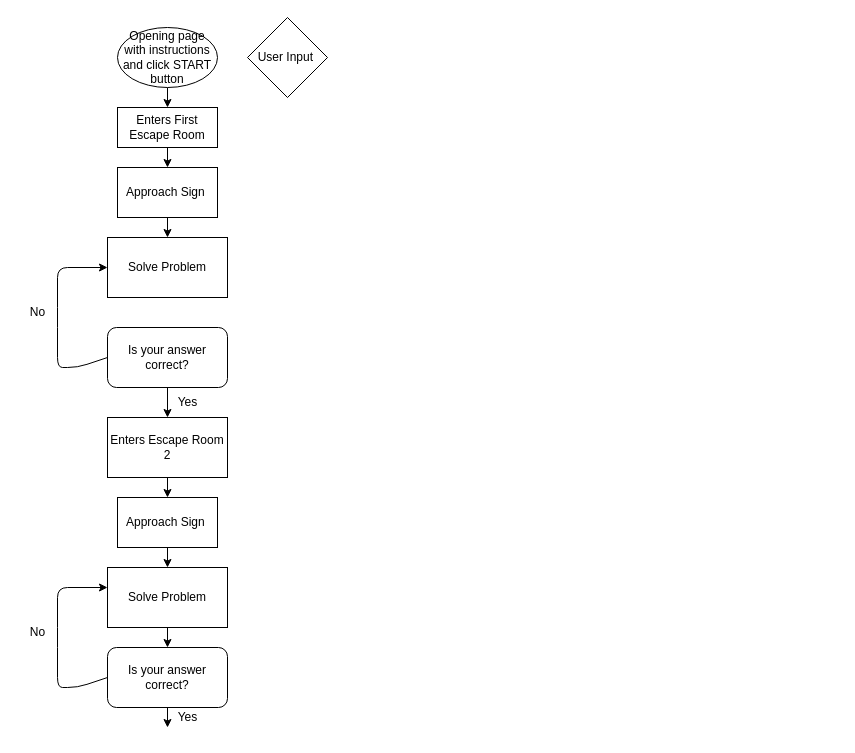
Above: escaperoom.drawio in SchoolOfCode/escape-room-hackathon-room-17 (draw.io), before the change. Source tidied: cells renumbered, new cells numbered last; positions are measured from the earlier drawing's top-left corner, leaving out a move shared by most shapes. Both pictures are drawn from the tidied source at 100%, with x=0, y=0 at pixel (17, 17).
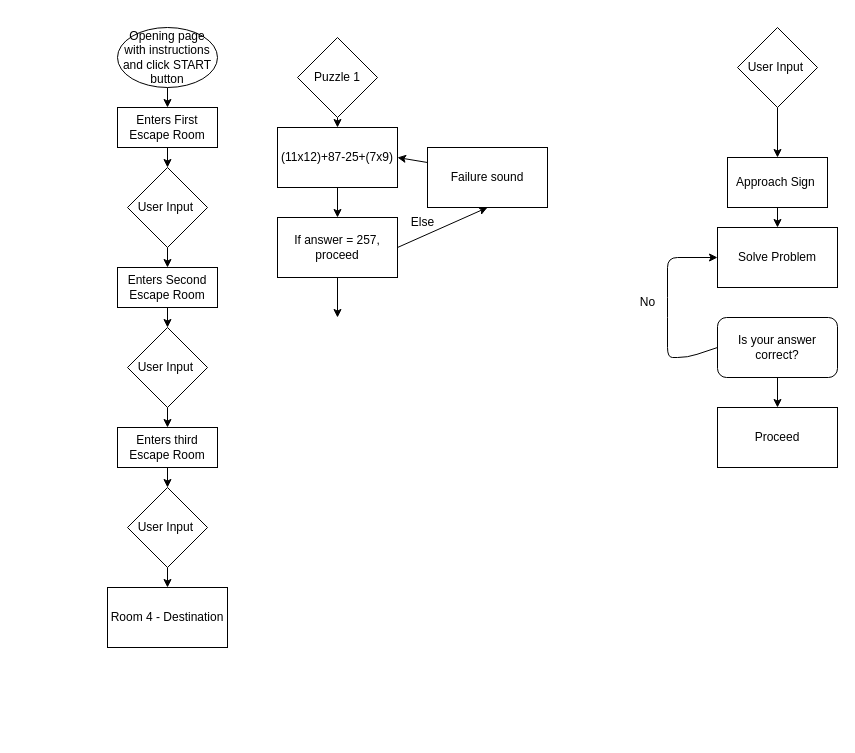
Above is the later version.

What changed in the source:
```diff
@@
-    <mxCell id="6" style="edgeStyle=none;html=1;" parent="1" edge="1" source="7">
-      <mxGeometry relative="1" as="geometry">
-        <mxPoint x="150" y="220" as="targetPoint" />
-      </mxGeometry>
-    </mxCell>
-    <mxCell id="7" value="Approach Sign&amp;nbsp;" style="rounded=0;whiteSpace=wrap;html=1;" parent="1" vertex="1">
-      <mxGeometry x="100" y="150" width="100" height="50" as="geometry" />
-    </mxCell>
-    <mxCell id="8" style="edgeStyle=none;html=1;exitX=0.5;exitY=1;exitDx=0;exitDy=0;" parent="1" edge="1" source="10">
-      <mxGeometry relative="1" as="geometry">
-        <mxPoint x="150" y="400" as="targetPoint" />
-      </mxGeometry>
-    </mxCell>
-    <mxCell id="9" style="edgeStyle=none;html=1;exitX=0;exitY=0.5;exitDx=0;exitDy=0;entryX=0;entryY=0.5;entryDx=0;entryDy=0;" parent="1" edge="1" source="10" target="11">
-      <mxGeometry relative="1" as="geometry">
-        <Array as="points">
-          <mxPoint x="60" y="350" />
-          <mxPoint x="40" y="350" />
-          <mxPoint x="40" y="300" />
-          <mxPoint x="40" y="250" />
-        </Array>
-      </mxGeometry>
-    </mxCell>
-    <mxCell id="10" value="Is your answer correct?" style="rounded=1;whiteSpace=wrap;html=1;" parent="1" vertex="1">
-      <mxGeometry x="90" y="310" width="120" height="60" as="geometry" />
-    </mxCell>
-    <mxCell id="11" value="Solve Problem" style="rounded=0;whiteSpace=wrap;html=1;" parent="1" vertex="1">
-      <mxGeometry x="90" y="220" width="120" height="60" as="geometry" />
-    </mxCell>
-    <mxCell id="12" value="Yes" style="text;html=1;align=center;verticalAlign=middle;strokeColor=none;fillColor=none;" parent="1" vertex="1">
-      <mxGeometry x="150" y="370" width="40" height="30" as="geometry" />
-    </mxCell>
-    <mxCell id="13" value="No" style="text;html=1;align=center;verticalAlign=middle;strokeColor=none;fillColor=none;" parent="1" vertex="1">
-      <mxGeometry y="280" width="40" height="30" as="geometry" />
-    </mxCell>
-    <mxCell id="14" style="edgeStyle=none;html=1;exitX=0.5;exitY=1;exitDx=0;exitDy=0;" parent="1" edge="1" source="15">
-      <mxGeometry relative="1" as="geometry">
-        <mxPoint x="150" y="480" as="targetPoint" />
-      </mxGeometry>
-    </mxCell>
-    <mxCell id="15" value="Enters Escape Room 2" style="rounded=0;whiteSpace=wrap;html=1;" parent="1" vertex="1">
-      <mxGeometry x="90" y="400" width="120" height="60" as="geometry" />
-    </mxCell>
-    <mxCell id="16" style="edgeStyle=none;html=1;exitX=0.5;exitY=1;exitDx=0;exitDy=0;" parent="1" edge="1" source="17">
-      <mxGeometry relative="1" as="geometry">
-        <mxPoint x="150" y="550" as="targetPoint" />
-      </mxGeometry>
-    </mxCell>
-    <mxCell id="17" value="Approach Sign&amp;nbsp;" style="rounded=0;whiteSpace=wrap;html=1;" parent="1" vertex="1">
-      <mxGeometry x="100" y="480" width="100" height="50" as="geometry" />
-    </mxCell>
-    <mxCell id="18" style="edgeStyle=none;html=1;exitX=0.5;exitY=1;exitDx=0;exitDy=0;entryX=0.5;entryY=0;entryDx=0;entryDy=0;" parent="1" edge="1" source="19" target="21">
-      <mxGeometry relative="1" as="geometry" />
-    </mxCell>
-    <mxCell id="19" value="Solve Problem" style="rounded=0;whiteSpace=wrap;html=1;" parent="1" vertex="1">
-      <mxGeometry x="90" y="550" width="120" height="60" as="geometry" />
-    </mxCell>
-    <mxCell id="20" style="edgeStyle=none;html=1;exitX=0.5;exitY=1;exitDx=0;exitDy=0;" parent="1" edge="1" source="21">
-      <mxGeometry relative="1" as="geometry">
-        <mxPoint x="150" y="710" as="targetPoint" />
-      </mxGeometry>
-    </mxCell>
-    <mxCell id="21" value="Is your answer correct?" style="rounded=1;whiteSpace=wrap;html=1;" parent="1" vertex="1">
-      <mxGeometry x="90" y="630" width="120" height="60" as="geometry" />
-    </mxCell>
-    <mxCell id="22" style="edgeStyle=none;html=1;exitX=0;exitY=0.5;exitDx=0;exitDy=0;entryX=0;entryY=0.5;entryDx=0;entryDy=0;" parent="1" edge="1">
-      <mxGeometry relative="1" as="geometry">
-        <mxPoint x="90" y="660" as="sourcePoint" />
-        <mxPoint x="90" y="570" as="targetPoint" />
-        <Array as="points">
-          <mxPoint x="60" y="670" />
-          <mxPoint x="40" y="670" />
-          <mxPoint x="40" y="620" />
-          <mxPoint x="40" y="570" />
-        </Array>
-      </mxGeometry>
-    </mxCell>
-    <mxCell id="23" value="Yes" style="text;html=1;align=center;verticalAlign=middle;strokeColor=none;fillColor=none;" parent="1" vertex="1">
-      <mxGeometry x="150" y="685" width="40" height="30" as="geometry" />
-    </mxCell>
-    <mxCell id="24" value="No" style="text;html=1;align=center;verticalAlign=middle;strokeColor=none;fillColor=none;" parent="1" vertex="1">
-      <mxGeometry y="600" width="40" height="30" as="geometry" />
-    </mxCell>
+    <mxCell id="26" style="edgeStyle=none;html=1;exitX=0.5;exitY=1;exitDx=0;exitDy=0;entryX=0.5;entryY=0;entryDx=0;entryDy=0;" parent="1" edge="1" source="25" target="29">
+      <mxGeometry relative="1" as="geometry" />
+    </mxCell>
     <mxCell id="25" value="User Input&amp;nbsp;" style="rhombus;whiteSpace=wrap;html=1;" parent="1" vertex="1">
-      <mxGeometry x="230" width="80" height="80" as="geometry" />
+      <mxGeometry x="720" y="10" width="80" height="80" as="geometry" />
     </mxCell>
+    <mxCell id="27" value="No" style="text;html=1;align=center;verticalAlign=middle;strokeColor=none;fillColor=none;" parent="1" vertex="1">
+      <mxGeometry x="610" y="270" width="40" height="30" as="geometry" />
+    </mxCell>
+    <mxCell id="28" style="edgeStyle=none;html=1;" parent="1" edge="1" source="29">
+      <mxGeometry relative="1" as="geometry">
+        <mxPoint x="760" y="210" as="targetPoint" />
+      </mxGeometry>
+    </mxCell>
+    <mxCell id="29" value="Approach Sign&amp;nbsp;" style="rounded=0;whiteSpace=wrap;html=1;" parent="1" vertex="1">
+      <mxGeometry x="710" y="140" width="100" height="50" as="geometry" />
+    </mxCell>
+    <mxCell id="30" style="edgeStyle=none;html=1;exitX=0;exitY=0.5;exitDx=0;exitDy=0;entryX=0;entryY=0.5;entryDx=0;entryDy=0;" parent="1" edge="1" source="32" target="33">
+      <mxGeometry relative="1" as="geometry">
+        <Array as="points">
+          <mxPoint x="670" y="340" />
+          <mxPoint x="650" y="340" />
+          <mxPoint x="650" y="290" />
+          <mxPoint x="650" y="240" />
+        </Array>
+      </mxGeometry>
+    </mxCell>
+    <mxCell id="31" style="edgeStyle=none;html=1;exitX=0.5;exitY=1;exitDx=0;exitDy=0;entryX=0.5;entryY=0;entryDx=0;entryDy=0;" parent="1" edge="1" source="32" target="44">
+      <mxGeometry relative="1" as="geometry" />
+    </mxCell>
+    <mxCell id="32" value="Is your answer correct?" style="rounded=1;whiteSpace=wrap;html=1;" parent="1" vertex="1">
+      <mxGeometry x="700" y="300" width="120" height="60" as="geometry" />
+    </mxCell>
+    <mxCell id="33" value="Solve Problem" style="rounded=0;whiteSpace=wrap;html=1;" parent="1" vertex="1">
+      <mxGeometry x="700" y="210" width="120" height="60" as="geometry" />
+    </mxCell>
+    <mxCell id="34" style="edgeStyle=none;html=1;exitX=0.5;exitY=1;exitDx=0;exitDy=0;entryX=0.5;entryY=0;entryDx=0;entryDy=0;" parent="1" edge="1" source="35" target="37">
+      <mxGeometry relative="1" as="geometry" />
+    </mxCell>
+    <mxCell id="35" value="User Input&amp;nbsp;" style="rhombus;whiteSpace=wrap;html=1;" parent="1" vertex="1">
+      <mxGeometry x="110" y="150" width="80" height="80" as="geometry" />
+    </mxCell>
+    <mxCell id="36" style="edgeStyle=none;html=1;exitX=0.5;exitY=1;exitDx=0;exitDy=0;" parent="1" edge="1" source="37">
+      <mxGeometry relative="1" as="geometry">
+        <mxPoint x="150" y="310" as="targetPoint" />
+      </mxGeometry>
+    </mxCell>
+    <mxCell id="37" value="Enters Second Escape Room" style="rounded=0;whiteSpace=wrap;html=1;" parent="1" vertex="1">
+      <mxGeometry x="100" y="250" width="100" height="40" as="geometry" />
+    </mxCell>
+    <mxCell id="38" style="edgeStyle=none;html=1;exitX=0.5;exitY=1;exitDx=0;exitDy=0;entryX=0.5;entryY=0;entryDx=0;entryDy=0;" parent="1" edge="1" source="39" target="41">
+      <mxGeometry relative="1" as="geometry" />
+    </mxCell>
+    <mxCell id="39" value="User Input&amp;nbsp;" style="rhombus;whiteSpace=wrap;html=1;" parent="1" vertex="1">
+      <mxGeometry x="110" y="310" width="80" height="80" as="geometry" />
+    </mxCell>
+    <mxCell id="40" style="edgeStyle=none;html=1;exitX=0.5;exitY=1;exitDx=0;exitDy=0;" parent="1" edge="1" source="41">
+      <mxGeometry relative="1" as="geometry">
+        <mxPoint x="150" y="470" as="targetPoint" />
+      </mxGeometry>
+    </mxCell>
+    <mxCell id="41" value="Enters third Escape Room" style="rounded=0;whiteSpace=wrap;html=1;" parent="1" vertex="1">
+      <mxGeometry x="100" y="410" width="100" height="40" as="geometry" />
+    </mxCell>
+    <mxCell id="42" style="edgeStyle=none;html=1;exitX=0.5;exitY=1;exitDx=0;exitDy=0;entryX=0.5;entryY=0;entryDx=0;entryDy=0;" parent="1" edge="1" source="43" target="45">
+      <mxGeometry relative="1" as="geometry" />
+    </mxCell>
+    <mxCell id="43" value="User Input&amp;nbsp;" style="rhombus;whiteSpace=wrap;html=1;" parent="1" vertex="1">
+      <mxGeometry x="110" y="470" width="80" height="80" as="geometry" />
+    </mxCell>
+    <mxCell id="44" value="Proceed&lt;br&gt;" style="rounded=0;whiteSpace=wrap;html=1;" parent="1" vertex="1">
+      <mxGeometry x="700" y="390" width="120" height="60" as="geometry" />
+    </mxCell>
+    <mxCell id="45" value="Room 4 - Destination" style="rounded=0;whiteSpace=wrap;html=1;" parent="1" vertex="1">
+      <mxGeometry x="90" y="570" width="120" height="60" as="geometry" />
+    </mxCell>
+    <mxCell id="46" style="edgeStyle=none;html=1;exitX=0.5;exitY=1;exitDx=0;exitDy=0;entryX=0.5;entryY=0;entryDx=0;entryDy=0;" parent="1" edge="1" source="47" target="49">
+      <mxGeometry relative="1" as="geometry" />
+    </mxCell>
+    <mxCell id="47" value="Puzzle 1" style="rhombus;whiteSpace=wrap;html=1;" parent="1" vertex="1">
+      <mxGeometry x="280" y="20" width="80" height="80" as="geometry" />
+    </mxCell>
+    <mxCell id="48" style="edgeStyle=none;html=1;exitX=0.5;exitY=1;exitDx=0;exitDy=0;entryX=0.5;entryY=0;entryDx=0;entryDy=0;" parent="1" edge="1" source="49" target="52">
+      <mxGeometry relative="1" as="geometry" />
+    </mxCell>
+    <mxCell id="49" value="(11x12)+87-25+(7x9)" style="rounded=0;whiteSpace=wrap;html=1;" parent="1" vertex="1">
+      <mxGeometry x="260" y="110" width="120" height="60" as="geometry" />
+    </mxCell>
+    <mxCell id="50" style="edgeStyle=none;html=1;exitX=0.5;exitY=1;exitDx=0;exitDy=0;" parent="1" edge="1" source="52">
+      <mxGeometry relative="1" as="geometry">
+        <mxPoint x="320" y="300" as="targetPoint" />
+      </mxGeometry>
+    </mxCell>
+    <mxCell id="51" style="edgeStyle=none;html=1;exitX=1;exitY=0.5;exitDx=0;exitDy=0;entryX=0.5;entryY=1;entryDx=0;entryDy=0;" parent="1" edge="1" source="52" target="54">
+      <mxGeometry relative="1" as="geometry" />
+    </mxCell>
+    <mxCell id="52" value="If answer = 257, proceed" style="rounded=0;whiteSpace=wrap;html=1;" parent="1" vertex="1">
+      <mxGeometry x="260" y="200" width="120" height="60" as="geometry" />
+    </mxCell>
+    <mxCell id="53" style="edgeStyle=none;html=1;exitX=0;exitY=0.25;exitDx=0;exitDy=0;entryX=1;entryY=0.5;entryDx=0;entryDy=0;" parent="1" edge="1" source="54" target="49">
+      <mxGeometry relative="1" as="geometry" />
+    </mxCell>
+    <mxCell id="54" value="Failure sound" style="rounded=0;whiteSpace=wrap;html=1;" parent="1" vertex="1">
+      <mxGeometry x="410" y="130" width="120" height="60" as="geometry" />
+    </mxCell>
+    <mxCell id="55" value="Else" style="text;html=1;align=center;verticalAlign=middle;strokeColor=none;fillColor=none;" parent="1" vertex="1">
+      <mxGeometry x="380" y="190" width="50" height="30" as="geometry" />
+    </mxCell>
```
